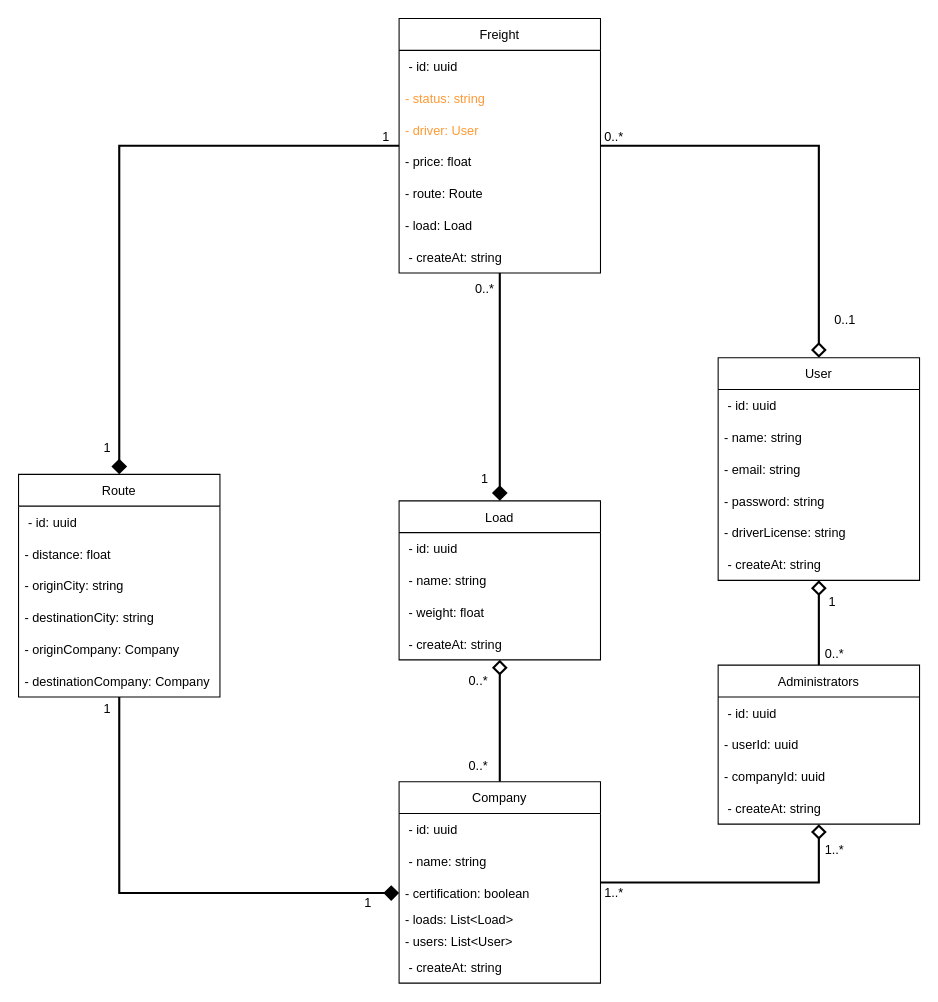
Above: page "Diagrama de Clase" (1 of 2) of diagramaDeClasse-TecnologiaEmDesenvolvimentoDeSistemas.drawio in rafaelomodei/meufrete (draw.io), before the change. Source tidied: cells renumbered, new cells numbered last; positions are measured from the earlier drawing's top-left corner, leaving out a move shared by most shapes. Both pictures are drawn from the tidied source at 106%, with x=0, y=0 at pixel (18, 18).
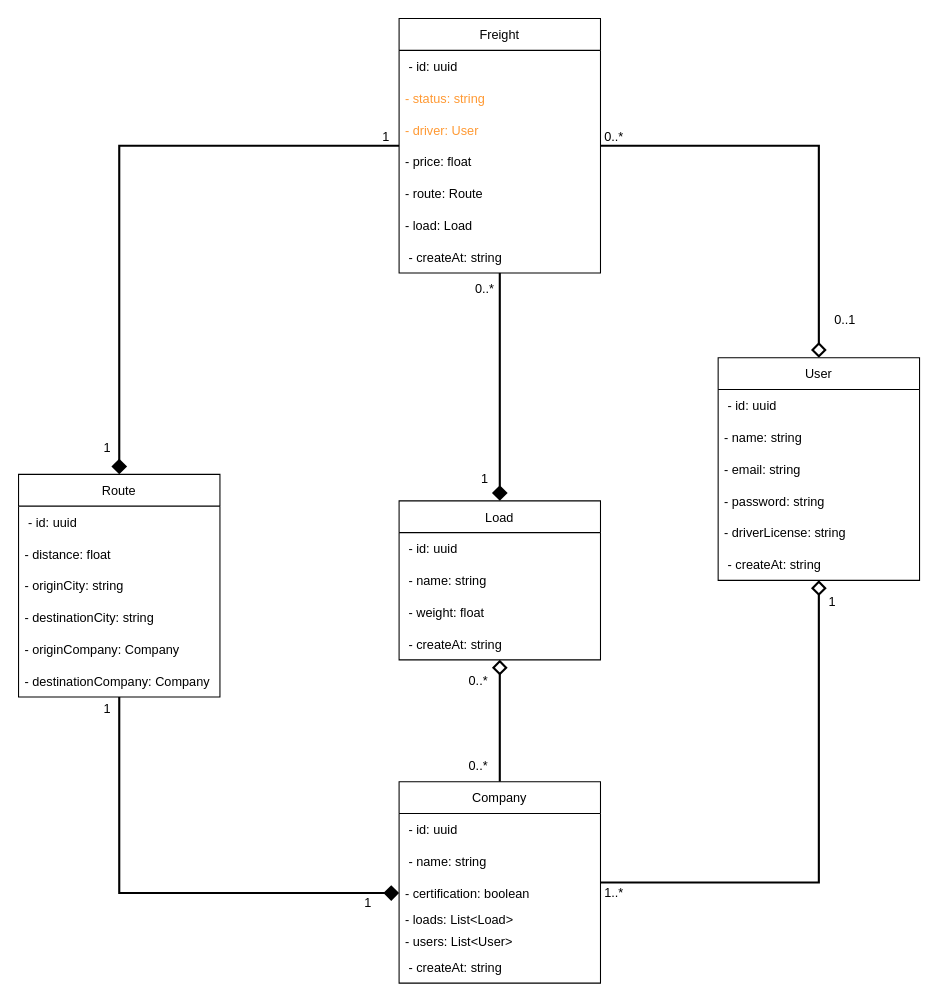
The same page after the edit.

Unchanged cells that the change refers to:
```xml
<mxCell id="4" value="Company" style="swimlane;fontStyle=0;horizontal=1;startSize=30;" parent="1" vertex="1">
  <mxGeometry x="359" y="720" width="190" height="190" as="geometry" />
</mxCell>
<mxCell id="35" value="User" style="swimlane;fontStyle=0;horizontal=1;startSize=30;" parent="1" vertex="1">
  <mxGeometry x="660" y="320" width="190" height="210" as="geometry" />
</mxCell>
```

What changed in the source:
```diff
@@
-    <mxCell id="3" style="edgeStyle=orthogonalEdgeStyle;rounded=0;jettySize=auto;html=1;strokeWidth=2;fontColor=#FF9933;endArrow=diamond;endFill=0;endSize=10;" parent="1" edge="1" source="4" target="54">
+    <mxCell id="3" style="edgeStyle=orthogonalEdgeStyle;rounded=0;jettySize=auto;html=1;strokeWidth=2;fontColor=#FF9933;endArrow=diamond;endFill=0;endSize=10;" parent="1" edge="1" source="4" target="35">
       <mxGeometry relative="1" as="geometry">
         <Array as="points">
           <mxPoint x="755" y="815" />
         </Array>
       </mxGeometry>
     </mxCell>
@@
-    <mxCell id="53" style="edgeStyle=orthogonalEdgeStyle;rounded=0;jettySize=auto;html=1;strokeWidth=2;fontColor=#FF9933;endArrow=diamond;endFill=0;endSize=10;" parent="1" edge="1" source="54" target="35">
-      <mxGeometry relative="1" as="geometry" />
-    </mxCell>
-    <mxCell id="54" value="Administrators" style="swimlane;fontStyle=0;horizontal=1;startSize=30;" parent="1" vertex="1">
-      <mxGeometry x="660" y="610" width="190" height="150" as="geometry" />
-    </mxCell>
-    <mxCell id="55" value=" - id: uuid" style="text;strokeColor=none;fillColor=none;align=left;verticalAlign=middle;spacingLeft=4;spacingRight=4;overflow=hidden;" parent="54" vertex="1">
-      <mxGeometry y="30" width="190" height="30" as="geometry" />
-    </mxCell>
-    <mxCell id="56" value="- userId: uuid" style="text;strokeColor=none;fillColor=none;align=left;verticalAlign=middle;spacingLeft=4;spacingRight=4;overflow=hidden;" parent="54" vertex="1">
-      <mxGeometry y="60" width="190" height="30" as="geometry" />
-    </mxCell>
-    <mxCell id="57" value="- companyId: uuid" style="text;strokeColor=none;fillColor=none;align=left;verticalAlign=middle;spacingLeft=4;spacingRight=4;overflow=hidden;" parent="54" vertex="1">
-      <mxGeometry y="90" width="190" height="30" as="geometry" />
-    </mxCell>
-    <mxCell id="58" value=" - createAt: string" style="text;strokeColor=none;fillColor=none;align=left;verticalAlign=middle;spacingLeft=4;spacingRight=4;overflow=hidden;" parent="54" vertex="1">
-      <mxGeometry y="120" width="190" height="30" as="geometry" />
-    </mxCell>
-    <mxCell id="59" value="1..*" style="text;html=1;strokeColor=none;fillColor=none;align=center;verticalAlign=middle;whiteSpace=wrap;rounded=0;" parent="1" vertex="1">
-      <mxGeometry x="760" y="780" width="20" height="10" as="geometry" />
-    </mxCell>
-    <mxCell id="60" value="0..*" style="text;html=1;strokeColor=none;fillColor=none;align=center;verticalAlign=middle;whiteSpace=wrap;rounded=0;" parent="1" vertex="1">
-      <mxGeometry x="760" y="595" width="20" height="10" as="geometry" />
-    </mxCell>
```
